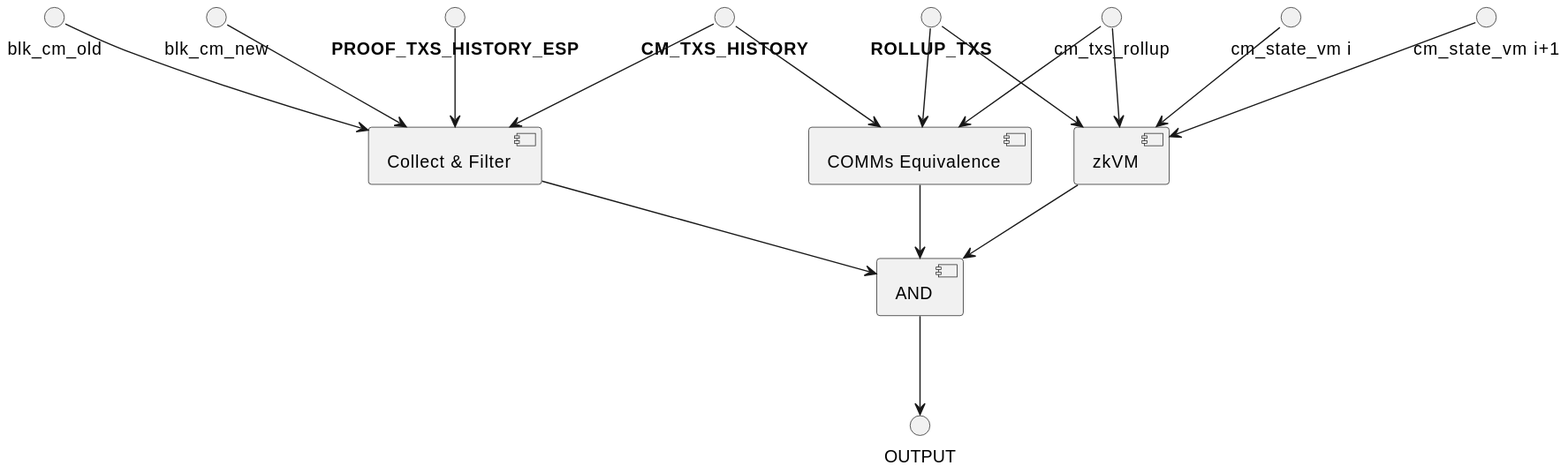
This is doc/zk-rollup-circuit-no-espresso-consensus.svg from EspressoSystems/espresso-sequencer, a PlantUML export, as it was before one commit.
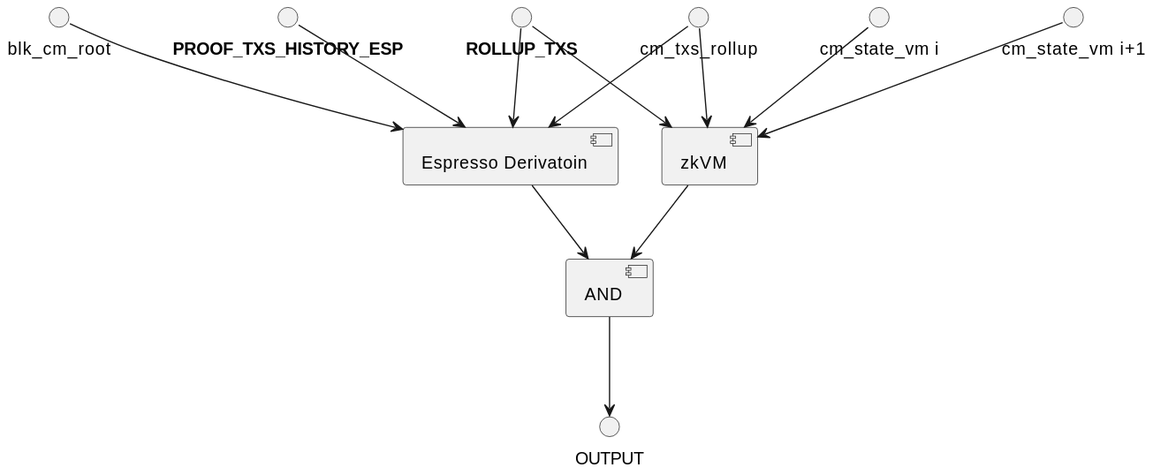
The same file after the commit.

What changed in the source:
```diff
@@ -1,19 +1,15 @@
 @startuml
-[Collect & Filter] as CF
-[COMMs Equivalence] as CE
+[Espresso Derivatoin] as ED
 [AND] as AND
 
 [zkVM] as ZK
 
-blk_cm_old --> CF
-blk_cm_new --> CF
-"<b>PROOF_TXS_HISTORY_ESP</b>" --> CF
-"<b>ROLLUP_TXS</b>" --> CE
+blk_cm_root --> ED
+"<b>PROOF_TXS_HISTORY_ESP</b>" --> ED
+"<b>ROLLUP_TXS</b>" --> ED
 "<b>ROLLUP_TXS</b>" --> ZK
 
-cm_txs_rollup --> CE
-"<b>CM_TXS_HISTORY</b>" --> CE
-"<b>CM_TXS_HISTORY</b>" --> CF
+cm_txs_rollup --> ED
 
 "cm_state_vm i" --> ZK
 "cm_state_vm i+1" --> ZK
@@ -21,8 +17,7 @@
 
 
 ZK --> AND
-CE --> AND
-CF --> AND
+ED --> AND
 
 AND --> OUTPUT
 @enduml
```
